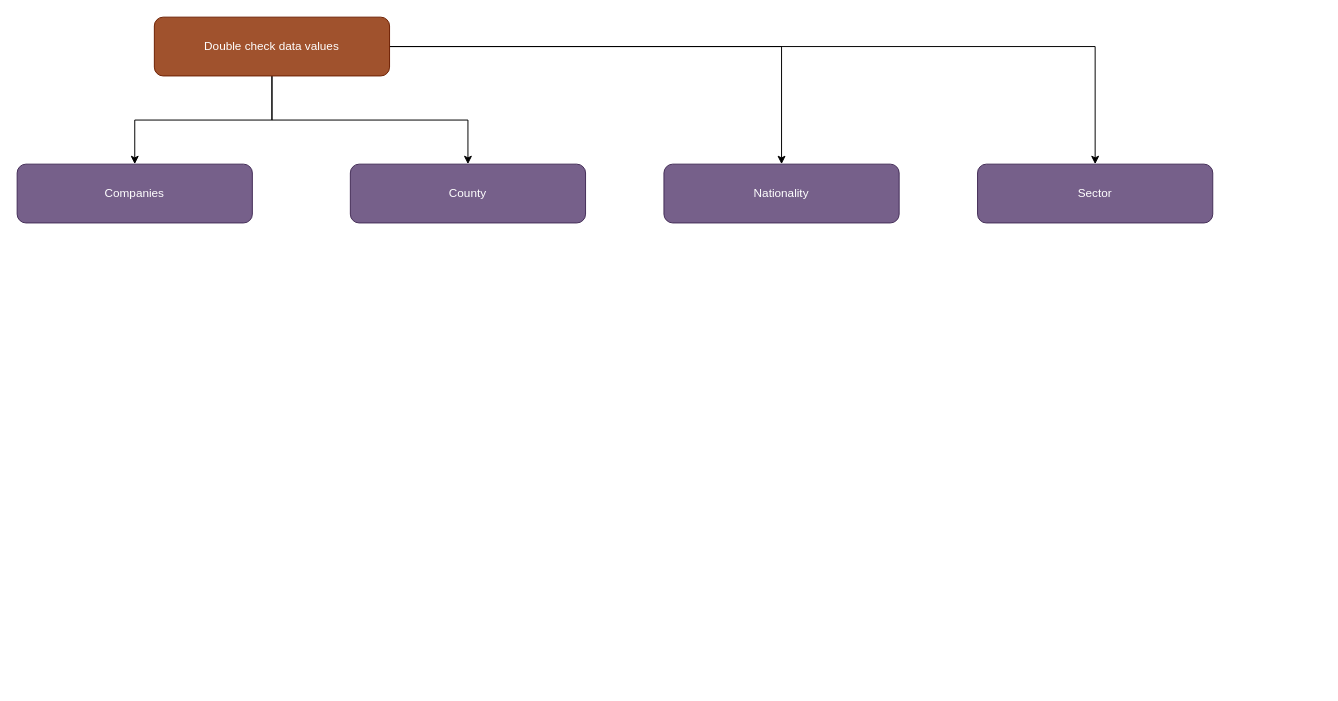
Earlier version of the draw.io diagram page "inbox" (1 of 3) of assets/notes.drawio (vinicius-silva-ep/ie-employment-permit). Source tidied: cells renumbered, new cells numbered last; positions are measured from the earlier drawing's top-left corner, leaving out a move shared by most shapes. Both pictures are drawn from the tidied source at 98%, with x=0, y=0 at pixel (17, 17).
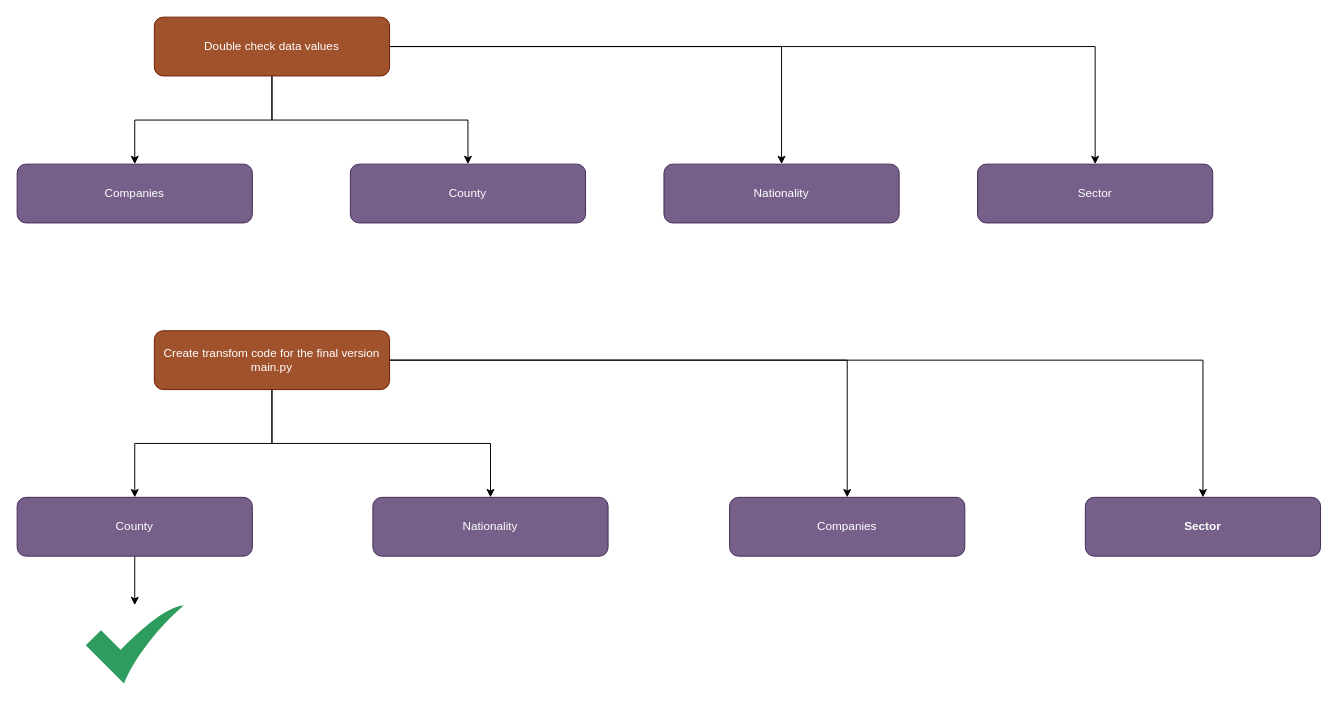
The same page after the edit.

Commit message (it also covers changes not shown here):
feat: creating the final version of transform for county

Change to the diagram source:
```diff
@@
+    <mxCell id="11" style="edgeStyle=orthogonalEdgeStyle;rounded=0;jettySize=auto;html=1;" parent="1" edge="1" source="15" target="17">
+      <mxGeometry relative="1" as="geometry" />
+    </mxCell>
+    <mxCell id="12" style="edgeStyle=orthogonalEdgeStyle;rounded=0;jettySize=auto;html=1;" parent="1" edge="1" source="15" target="18">
+      <mxGeometry relative="1" as="geometry" />
+    </mxCell>
+    <mxCell id="13" style="edgeStyle=orthogonalEdgeStyle;rounded=0;jettySize=auto;html=1;" parent="1" edge="1" source="15" target="19">
+      <mxGeometry relative="1" as="geometry" />
+    </mxCell>
+    <mxCell id="14" style="edgeStyle=orthogonalEdgeStyle;rounded=0;jettySize=auto;html=1;" parent="1" edge="1" source="15" target="20">
+      <mxGeometry relative="1" as="geometry" />
+    </mxCell>
+    <mxCell id="15" value="Create transfom code for the final version main.py" style="rounded=1;whiteSpace=wrap;html=1;fillColor=#a0522d;fontColor=#ffffff;strokeColor=#6D1F00;" parent="1" vertex="1">
+      <mxGeometry x="140" y="320" width="240" height="60" as="geometry" />
+    </mxCell>
+    <mxCell id="16" style="edgeStyle=orthogonalEdgeStyle;rounded=0;jettySize=auto;html=1;" parent="1" edge="1" source="17" target="21">
+      <mxGeometry relative="1" as="geometry" />
+    </mxCell>
+    <mxCell id="17" value="County" style="rounded=1;whiteSpace=wrap;html=1;fillColor=#76608a;fontColor=#ffffff;strokeColor=#432D57;" parent="1" vertex="1">
+      <mxGeometry y="490" width="240" height="60" as="geometry" />
+    </mxCell>
+    <mxCell id="18" value="Nationality" style="rounded=1;whiteSpace=wrap;html=1;fillColor=#76608a;fontColor=#ffffff;strokeColor=#432D57;" parent="1" vertex="1">
+      <mxGeometry x="363" y="490" width="240" height="60" as="geometry" />
+    </mxCell>
+    <mxCell id="19" value="Companies" style="rounded=1;whiteSpace=wrap;html=1;fillColor=#76608a;fontColor=#ffffff;strokeColor=#432D57;" parent="1" vertex="1">
+      <mxGeometry x="727" y="490" width="240" height="60" as="geometry" />
+    </mxCell>
+    <mxCell id="20" value="Sector" style="rounded=1;whiteSpace=wrap;html=1;fillColor=#76608a;fontColor=#ffffff;strokeColor=#432D57;fontStyle=1;" parent="1" vertex="1">
+      <mxGeometry x="1090" y="490" width="240" height="60" as="geometry" />
+    </mxCell>
+    <mxCell id="21" style="sketch=0;html=1;strokeColor=none;shadow=0;align=center;fillColor=#2D9C5E;verticalAlign=top;labelPosition=center;verticalLabelPosition=bottom;shape=mxgraph.gcp2.check;" parent="1" vertex="1">
+      <mxGeometry x="70" y="600" width="100" height="80" as="geometry" />
+    </mxCell>
```
